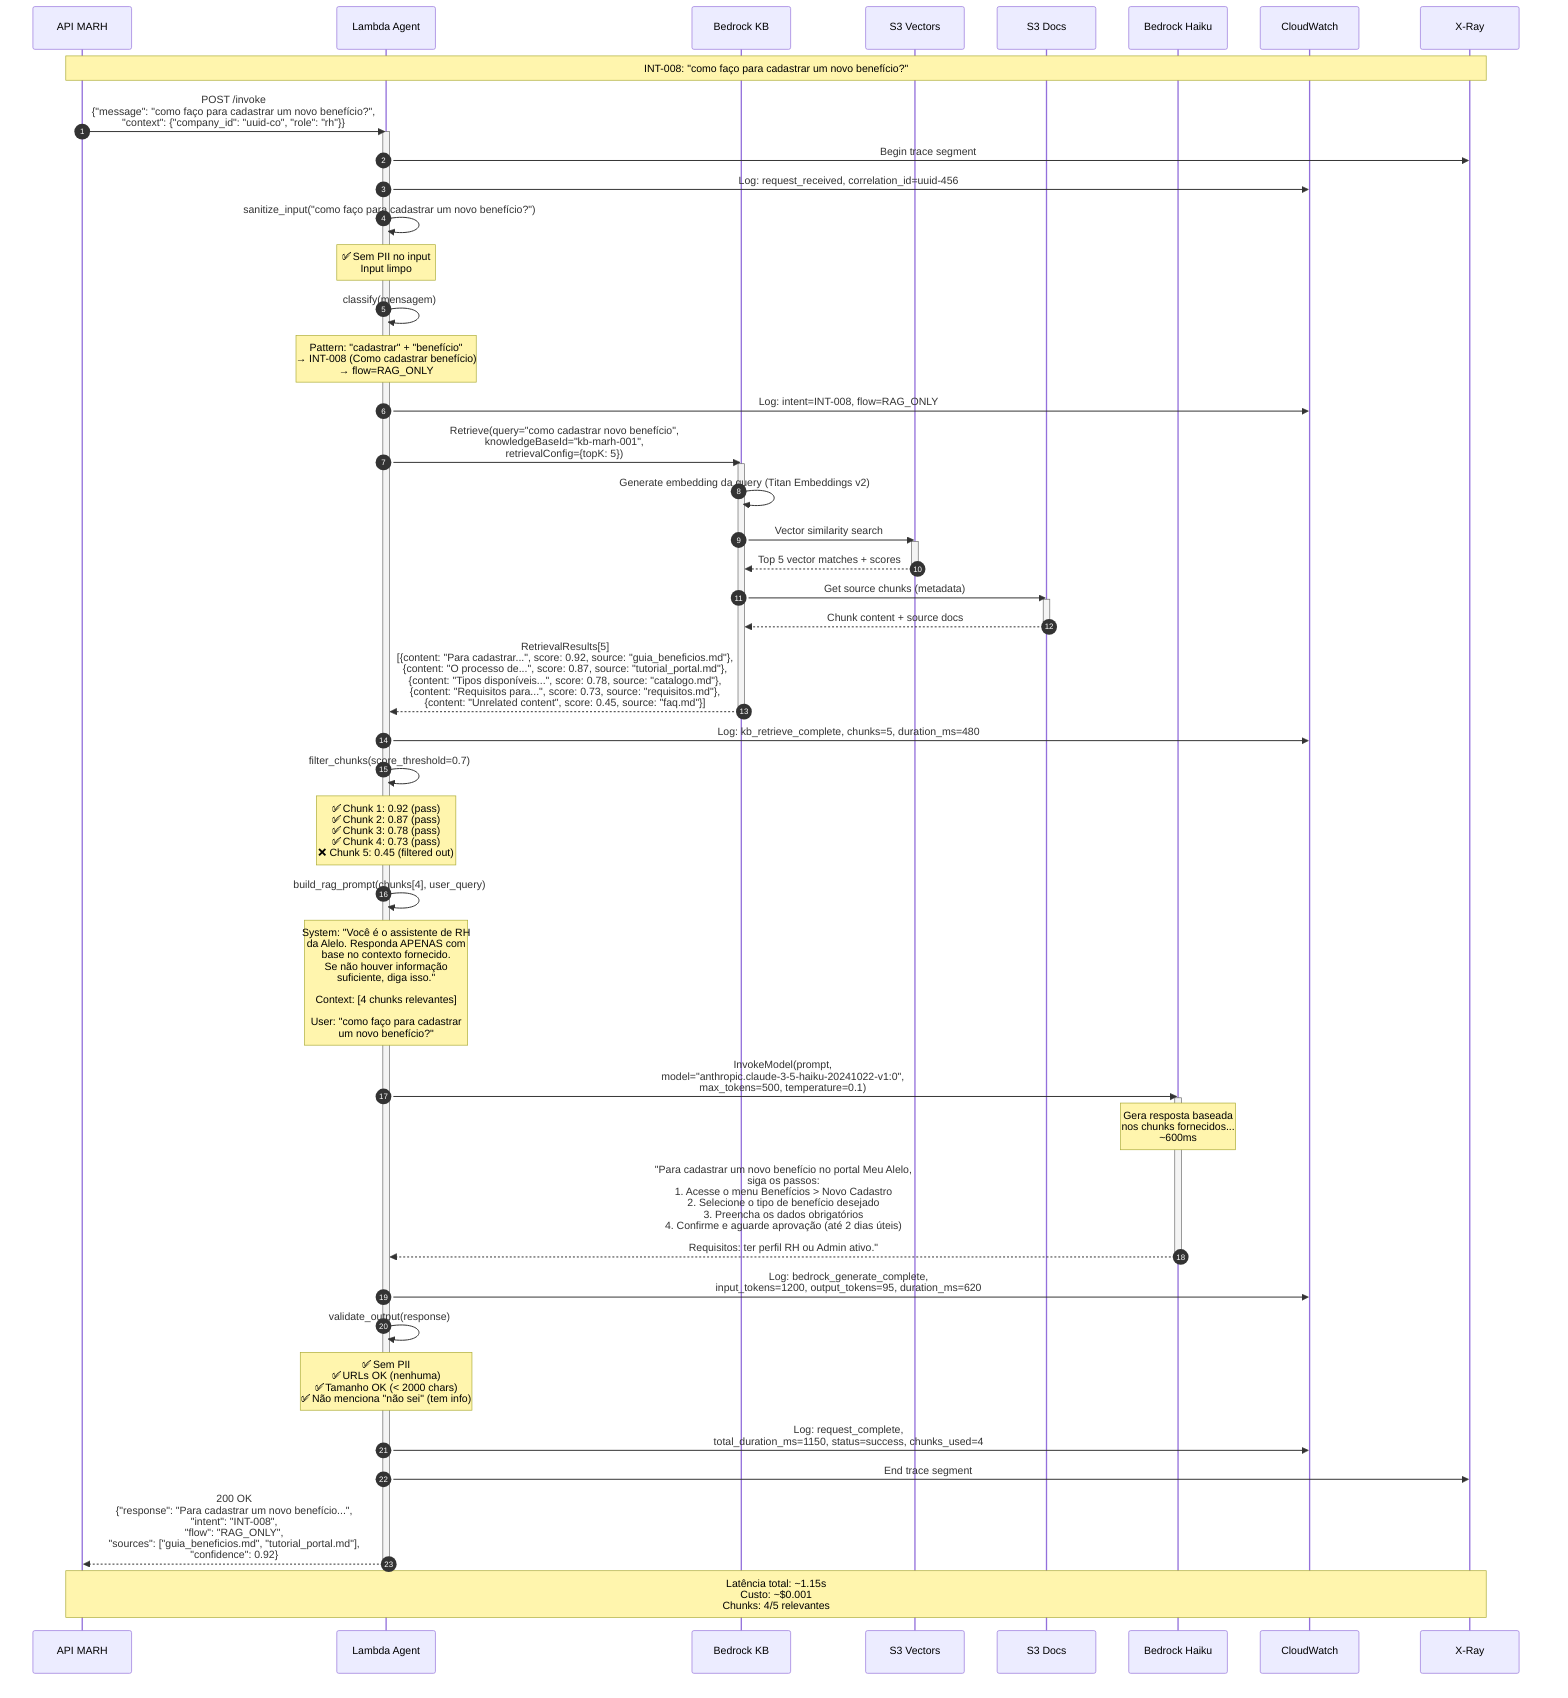
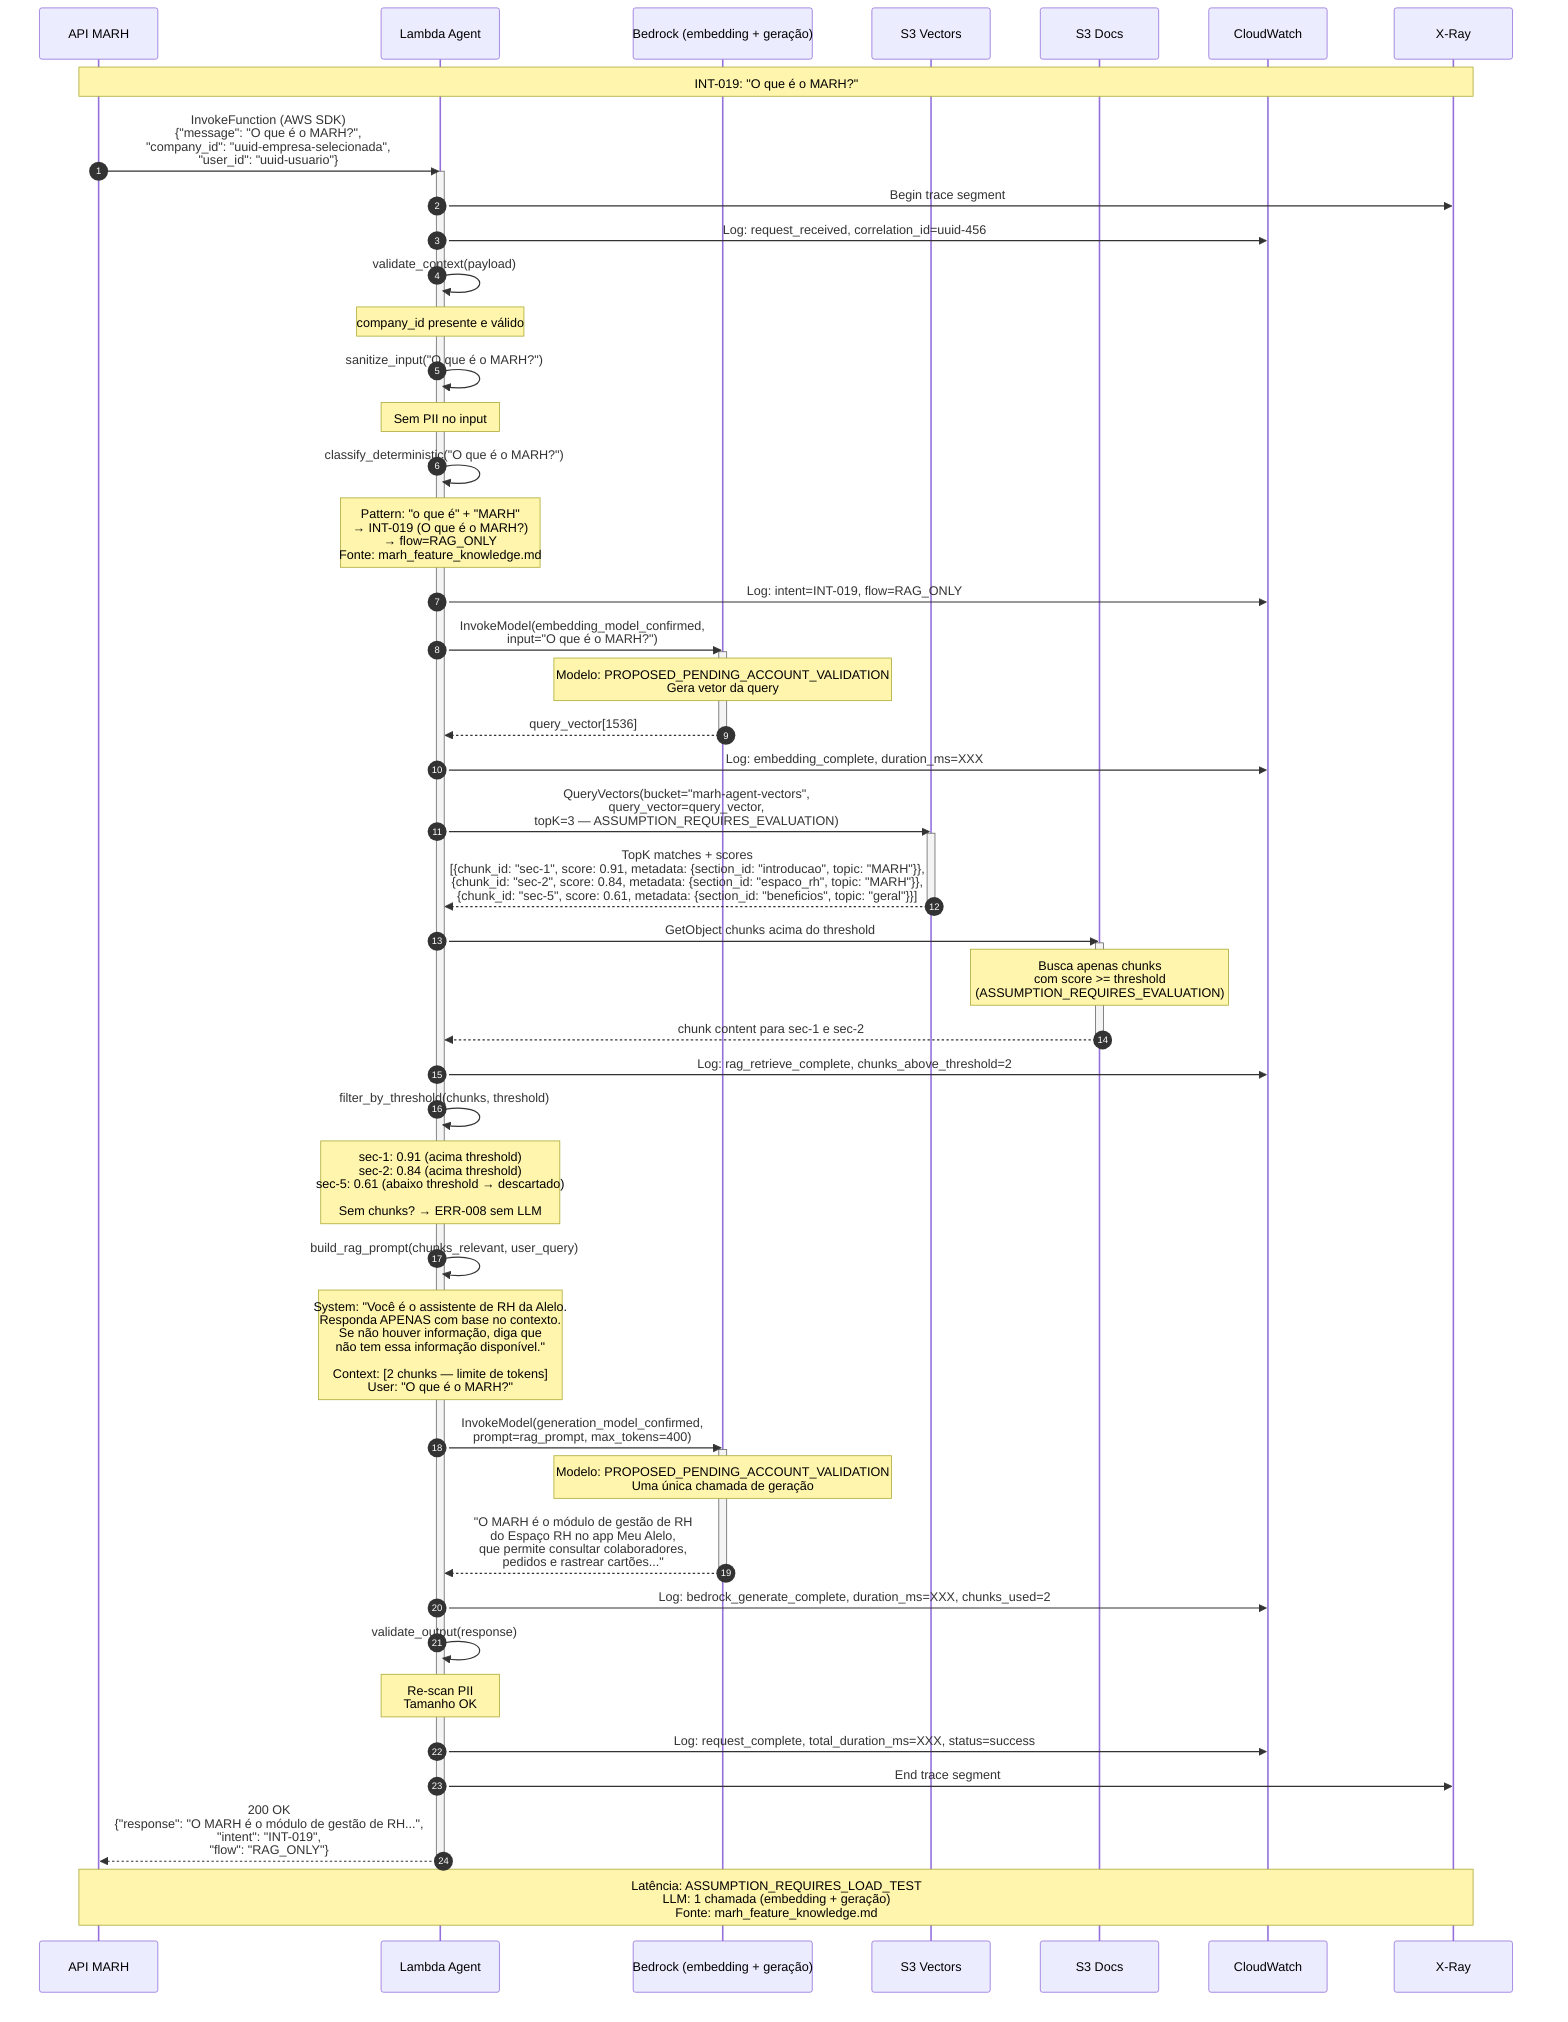
- %% Detailed Sequence Diagram - RAG Question (INT-008)
- %% Data: 2026-07-23
- %% Intent: INT-008 (Como cadastrar benefício)
- %% Fluxo: RAG_ONLY
+ %% Sequence Diagram - RAG Question (INT-019)
+ %% Data: 2026-07-23 (revisão corretiva)
+ %% Intent: INT-019 (O que é o MARH?)
+ %% Fluxo: RAG_ONLY — embedding + S3 Vectors + uma geração

sequenceDiagram
    autonumber
    participant MARH as API MARH
    participant Lambda as Lambda Agent
-     participant KB as Bedrock KB
+     participant Bedrock as Bedrock (embedding + geração)
    participant S3V as S3 Vectors
    participant S3 as S3 Docs
-     participant Bedrock as Bedrock Haiku
    participant CW as CloudWatch
    participant XR as X-Ray

-     Note over MARH,XR: INT-008: "como faço para cadastrar um novo benefício?"
+     Note over MARH,XR: INT-019: "O que é o MARH?"

-     MARH->>Lambda: POST /invoke<br/>{"message": "como faço para cadastrar um novo benefício?",<br/>"context": {"company_id": "uuid-co", "role": "rh"}}
+     MARH->>Lambda: InvokeFunction (AWS SDK)<br/>{"message": "O que é o MARH?",<br/>"company_id": "uuid-empresa-selecionada",<br/>"user_id": "uuid-usuario"}
    activate Lambda

    Lambda->>XR: Begin trace segment
    Lambda->>CW: Log: request_received, correlation_id=uuid-456

+     %% Context validation
+     Lambda->>Lambda: validate_context(payload)
+     Note over Lambda: company_id presente e válido
+ 
    %% Input sanitization
-     Lambda->>Lambda: sanitize_input("como faço para cadastrar um novo benefício?")
-     Note over Lambda: ✅ Sem PII no input<br/>Input limpo
+     Lambda->>Lambda: sanitize_input("O que é o MARH?")
+     Note over Lambda: Sem PII no input

    %% Classification
-     Lambda->>Lambda: classify(mensagem)
-     Note over Lambda: Pattern: "cadastrar" + "benefício"<br/>→ INT-008 (Como cadastrar benefício)<br/>→ flow=RAG_ONLY
+     Lambda->>Lambda: classify_deterministic("O que é o MARH?")
+     Note over Lambda: Pattern: "o que é" + "MARH"<br/>→ INT-019 (O que é o MARH?)<br/>→ flow=RAG_ONLY<br/>Fonte: marh_feature_knowledge.md

-     Lambda->>CW: Log: intent=INT-008, flow=RAG_ONLY
+     Lambda->>CW: Log: intent=INT-019, flow=RAG_ONLY

-     %% Knowledge Base Retrieve
-     Lambda->>KB: Retrieve(query="como cadastrar novo benefício",<br/>knowledgeBaseId="kb-marh-001",<br/>retrievalConfig={topK: 5})
-     activate KB
+     %% Generate embedding for query
+     Lambda->>Bedrock: InvokeModel(embedding_model_confirmed,<br/>input="O que é o MARH?")
+     activate Bedrock
+     Note over Bedrock: Modelo: PROPOSED_PENDING_ACCOUNT_VALIDATION<br/>Gera vetor da query
+     Bedrock-->>Lambda: query_vector[1536]
+     deactivate Bedrock

-     KB->>KB: Generate embedding da query (Titan Embeddings v2)
-     KB->>S3V: Vector similarity search
+     Lambda->>CW: Log: embedding_complete, duration_ms=XXX
+ 
+     %% Query S3 Vectors directly
+     Lambda->>S3V: QueryVectors(bucket="marh-agent-vectors",<br/>query_vector=query_vector,<br/>topK=3 — ASSUMPTION_REQUIRES_EVALUATION)
    activate S3V
-     S3V-->>KB: Top 5 vector matches + scores
+     S3V-->>Lambda: TopK matches + scores<br/>[{chunk_id: "sec-1", score: 0.91, metadata: {section_id: "introducao", topic: "MARH"}},<br/> {chunk_id: "sec-2", score: 0.84, metadata: {section_id: "espaco_rh", topic: "MARH"}},<br/> {chunk_id: "sec-5", score: 0.61, metadata: {section_id: "beneficios", topic: "geral"}}]
    deactivate S3V

-     KB->>S3: Get source chunks (metadata)
+     %% Get chunk content from S3
+     Lambda->>S3: GetObject chunks acima do threshold
    activate S3
-     S3-->>KB: Chunk content + source docs
+     Note over S3: Busca apenas chunks<br/>com score >= threshold<br/>(ASSUMPTION_REQUIRES_EVALUATION)
+     S3-->>Lambda: chunk content para sec-1 e sec-2
    deactivate S3

-     KB-->>Lambda: RetrievalResults[5]<br/>[{content: "Para cadastrar...", score: 0.92, source: "guia_beneficios.md"},<br/> {content: "O processo de...", score: 0.87, source: "tutorial_portal.md"},<br/> {content: "Tipos disponíveis...", score: 0.78, source: "catalogo.md"},<br/> {content: "Requisitos para...", score: 0.73, source: "requisitos.md"},<br/> {content: "Unrelated content", score: 0.45, source: "faq.md"}]
-     deactivate KB
+     Lambda->>CW: Log: rag_retrieve_complete, chunks_above_threshold=2

-     Lambda->>CW: Log: kb_retrieve_complete, chunks=5, duration_ms=480
+     %% Filter by threshold
+     Lambda->>Lambda: filter_by_threshold(chunks, threshold)
+     Note over Lambda: sec-1: 0.91 (acima threshold)<br/>sec-2: 0.84 (acima threshold)<br/>sec-5: 0.61 (abaixo threshold → descartado)<br/><br/>Sem chunks? → ERR-008 sem LLM

-     %% Filter by relevance
-     Lambda->>Lambda: filter_chunks(score_threshold=0.7)
-     Note over Lambda: ✅ Chunk 1: 0.92 (pass)<br/>✅ Chunk 2: 0.87 (pass)<br/>✅ Chunk 3: 0.78 (pass)<br/>✅ Chunk 4: 0.73 (pass)<br/>❌ Chunk 5: 0.45 (filtered out)
+     %% Build prompt with context (limited tokens)
+     Lambda->>Lambda: build_rag_prompt(chunks_relevant, user_query)
+     Note over Lambda: System: "Você é o assistente de RH da Alelo.<br/>Responda APENAS com base no contexto.<br/>Se não houver informação, diga que<br/>não tem essa informação disponível."<br/><br/>Context: [2 chunks — limite de tokens]<br/>User: "O que é o MARH?"

-     %% Build prompt
-     Lambda->>Lambda: build_rag_prompt(chunks[4], user_query)
-     Note over Lambda: System: "Você é o assistente de RH<br/>da Alelo. Responda APENAS com<br/>base no contexto fornecido.<br/>Se não houver informação<br/>suficiente, diga isso."<br/><br/>Context: [4 chunks relevantes]<br/><br/>User: "como faço para cadastrar<br/>um novo benefício?"
- 
-     %% Generate response
-     Lambda->>Bedrock: InvokeModel(prompt,<br/>model="anthropic.claude-3-5-haiku-20241022-v1:0",<br/>max_tokens=500, temperature=0.1)
+     %% One generation call
+     Lambda->>Bedrock: InvokeModel(generation_model_confirmed,<br/>prompt=rag_prompt, max_tokens=400)
    activate Bedrock
- 
-     Note over Bedrock: Gera resposta baseada<br/>nos chunks fornecidos...<br/>~600ms
- 
-     Bedrock-->>Lambda: "Para cadastrar um novo benefício no portal Meu Alelo,<br/>siga os passos:<br/>1. Acesse o menu Benefícios > Novo Cadastro<br/>2. Selecione o tipo de benefício desejado<br/>3. Preencha os dados obrigatórios<br/>4. Confirme e aguarde aprovação (até 2 dias úteis)<br/><br/>Requisitos: ter perfil RH ou Admin ativo."
+     Note over Bedrock: Modelo: PROPOSED_PENDING_ACCOUNT_VALIDATION<br/>Uma única chamada de geração
+     Bedrock-->>Lambda: "O MARH é o módulo de gestão de RH<br/>do Espaço RH no app Meu Alelo,<br/>que permite consultar colaboradores,<br/>pedidos e rastrear cartões..."
    deactivate Bedrock

-     Lambda->>CW: Log: bedrock_generate_complete,<br/>input_tokens=1200, output_tokens=95, duration_ms=620
+     Lambda->>CW: Log: bedrock_generate_complete, duration_ms=XXX, chunks_used=2

    %% Output validation
    Lambda->>Lambda: validate_output(response)
-     Note over Lambda: ✅ Sem PII<br/>✅ URLs OK (nenhuma)<br/>✅ Tamanho OK (< 2000 chars)<br/>✅ Não menciona "não sei" (tem info)
+     Note over Lambda: Re-scan PII<br/>Tamanho OK

-     Lambda->>CW: Log: request_complete,<br/>total_duration_ms=1150, status=success, chunks_used=4
+     Lambda->>CW: Log: request_complete, total_duration_ms=XXX, status=success
    Lambda->>XR: End trace segment

-     Lambda-->>MARH: 200 OK<br/>{"response": "Para cadastrar um novo benefício...",<br/>"intent": "INT-008",<br/>"flow": "RAG_ONLY",<br/>"sources": ["guia_beneficios.md", "tutorial_portal.md"],<br/>"confidence": 0.92}
+     Lambda-->>MARH: 200 OK<br/>{"response": "O MARH é o módulo de gestão de RH...",<br/>"intent": "INT-019",<br/>"flow": "RAG_ONLY"}
    deactivate Lambda

-     Note over MARH,XR: Latência total: ~1.15s<br/>Custo: ~$0.001<br/>Chunks: 4/5 relevantes
+     Note over MARH,XR: Latência: ASSUMPTION_REQUIRES_LOAD_TEST<br/>LLM: 1 chamada (embedding + geração)<br/>Fonte: marh_feature_knowledge.md
